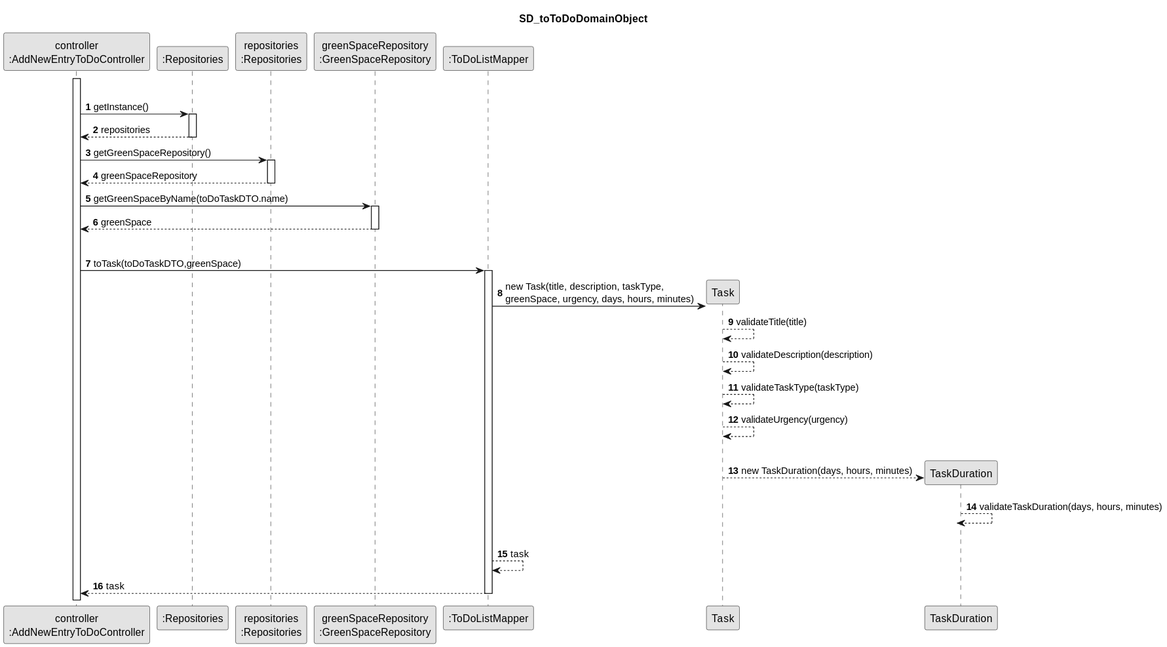
Above: docs/sprintC/us021/03.design/svg/SD_toToDoDomainObject.svg in Rui-San/LAPR2_2023_2024 (PlantUML), before the change.
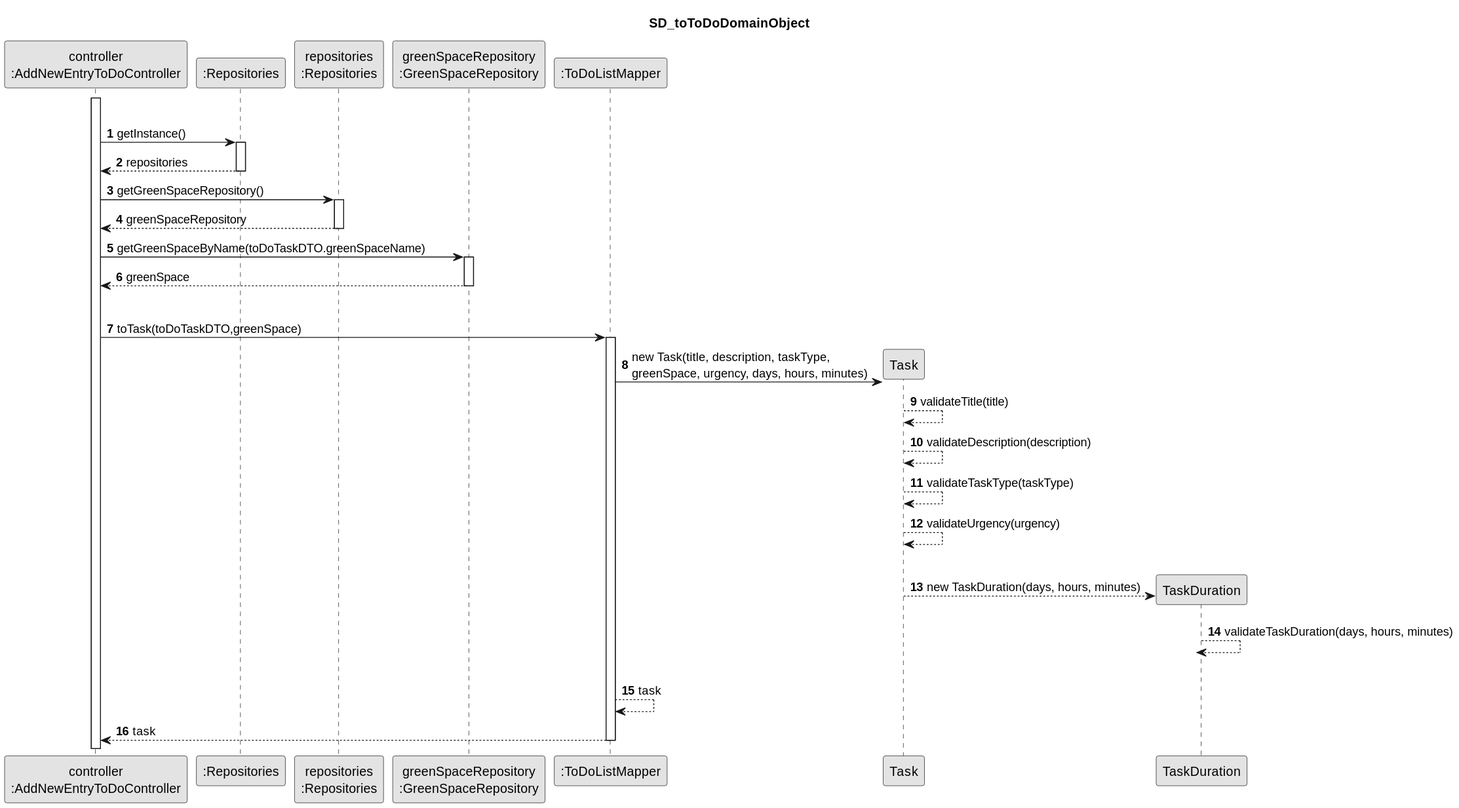
After the commit.

The edit, as a diff of the source:
```diff
@@ -30,7 +30,7 @@
                 REPOInstance --> CTRL : greenSpaceRepository
             deactivate REPOInstance
 
-        CTRL -> GreenSpaceREPO : getGreenSpaceByName(toDoTaskDTO.name)
+        CTRL -> GreenSpaceREPO : getGreenSpaceByName(toDoTaskDTO.greenSpaceName)
         activate GreenSpaceREPO
 
             GreenSpaceREPO --> CTRL : greenSpace
```
